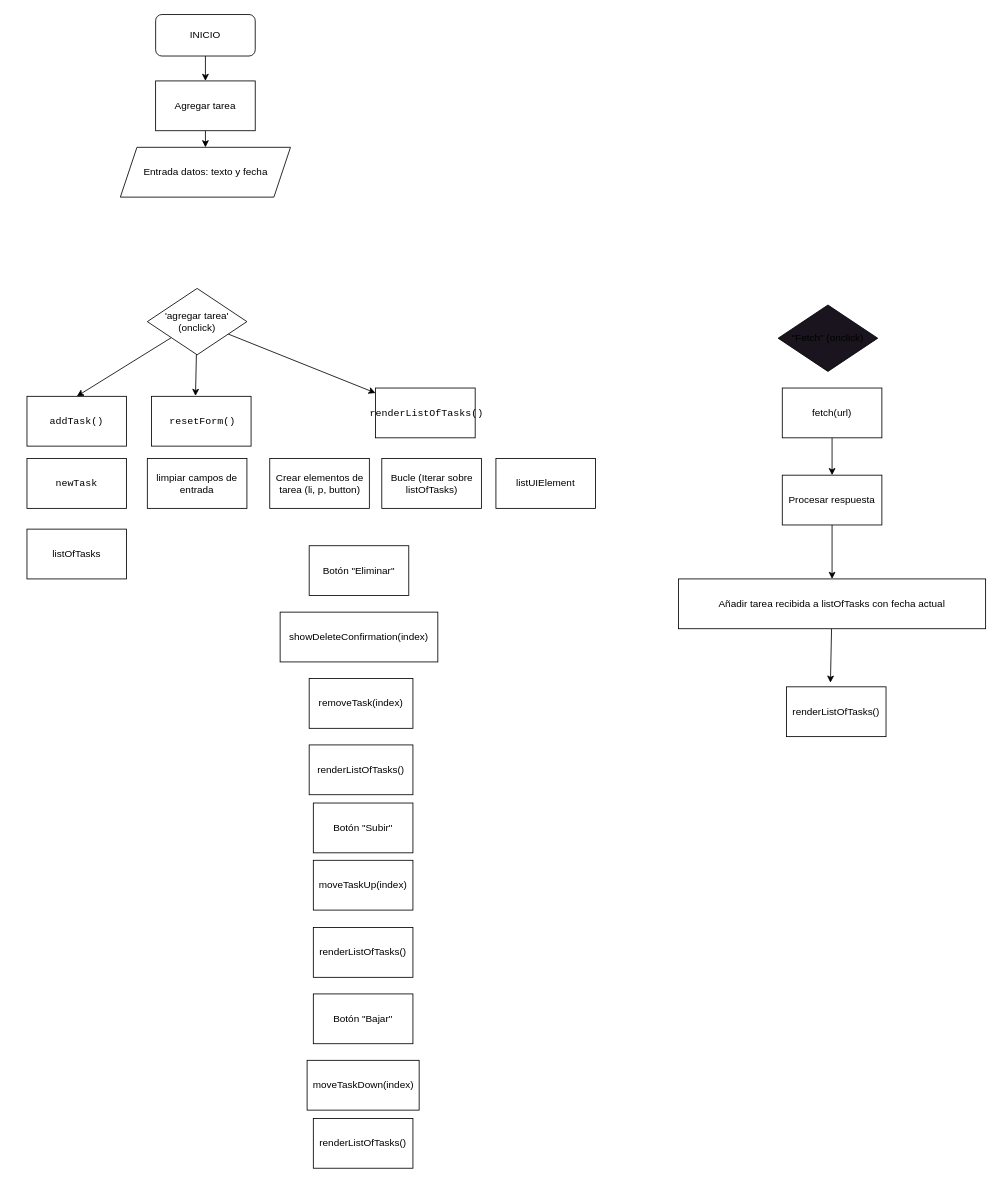
This is 4-DOM/ProyectosExtra/TO-DO-LIST/diagrama.drawio from F-N-LL/Immune-Clases, a draw.io file, before an edit. Source tidied: cells renumbered, new cells numbered last; positions are measured from the earlier drawing's top-left corner, leaving out a move shared by most shapes. Both pictures are drawn from the tidied source at 83%, with x=0, y=0 at pixel (27, 14).
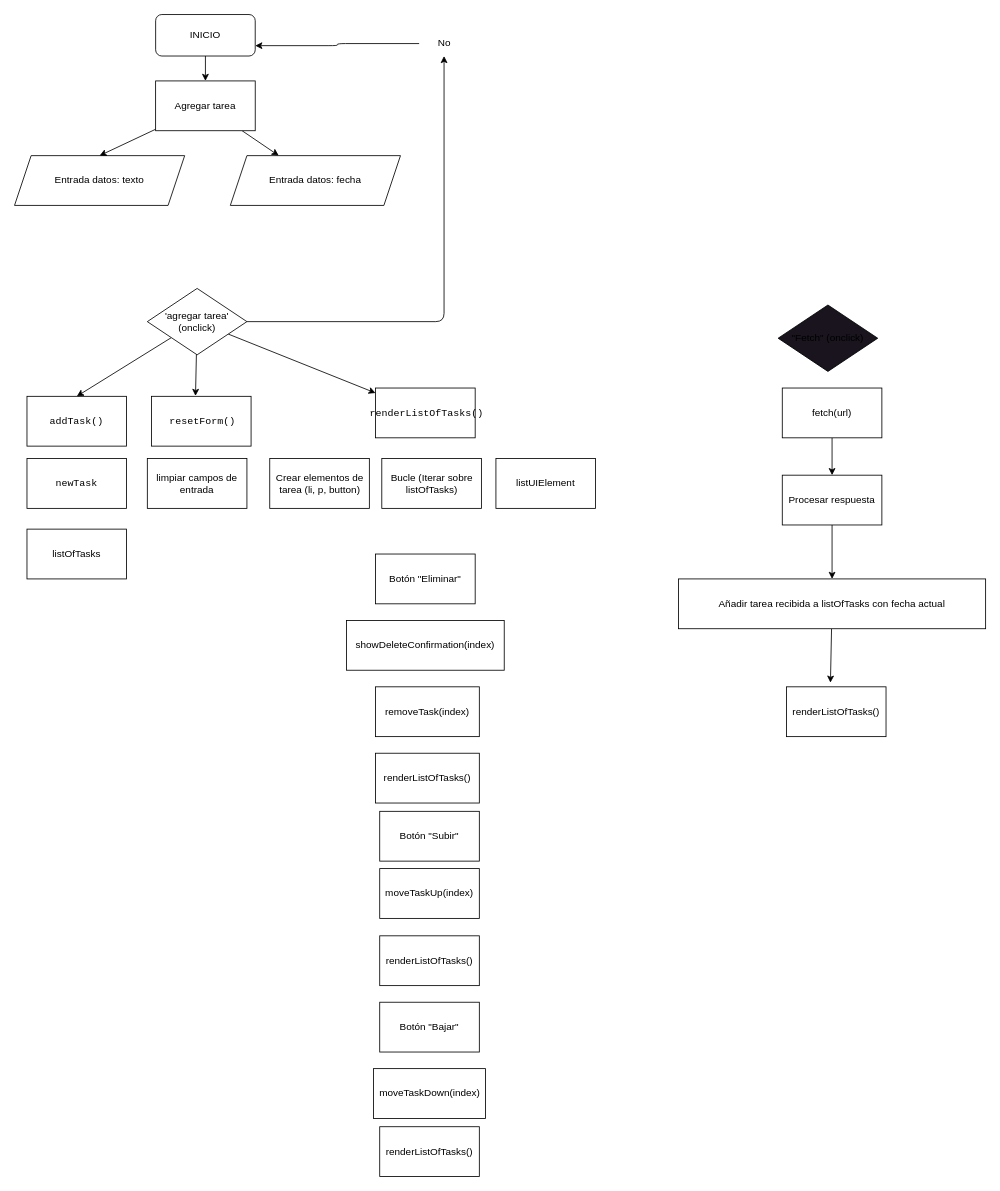
After the change.

Unchanged cells that the change refers to:
```xml
<mxCell id="3" value="INICIO" style="rounded=1;whiteSpace=wrap;html=1;" parent="1" vertex="1">
  <mxGeometry x="155" width="120" height="50" as="geometry" />
</mxCell>
<mxCell id="7" value="Agregar tarea" style="rounded=0;whiteSpace=wrap;html=1;" parent="1" vertex="1">
  <mxGeometry x="155" y="80" width="120" height="60" as="geometry" />
</mxCell>
<mxCell id="11" value="'agregar tarea' (onclick)" style="rhombus;whiteSpace=wrap;html=1;" parent="1" vertex="1">
  <mxGeometry x="145" y="330" width="120" height="80" as="geometry" />
</mxCell>
```

What changed in the source:
```diff
@@
-    <mxCell id="5" value="Entrada datos: texto y fecha" style="shape=parallelogram;perimeter=parallelogramPerimeter;whiteSpace=wrap;html=1;fixedSize=1;" parent="1" vertex="1">
-      <mxGeometry x="112.5" y="160" width="205" height="60" as="geometry" />
+    <mxCell id="5" value="Entrada datos: texto" style="shape=parallelogram;perimeter=parallelogramPerimeter;whiteSpace=wrap;html=1;fixedSize=1;" parent="1" vertex="1">
+      <mxGeometry x="-15" y="170" width="205" height="60" as="geometry" />
     </mxCell>
@@
+    <mxCell id="38" style="edgeStyle=none;html=1;" parent="1" edge="1" source="7" target="40">
+      <mxGeometry relative="1" as="geometry" />
+    </mxCell>
@@
+    <mxCell id="39" style="edgeStyle=orthogonalEdgeStyle;html=1;" parent="1" edge="1" source="11" target="42">
+      <mxGeometry relative="1" as="geometry" />
+    </mxCell>
@@
     <mxCell id="20" value="Botón &quot;Eliminar&quot;" style="rounded=0;whiteSpace=wrap;html=1;" parent="1" vertex="1">
-      <mxGeometry x="340" y="640" width="120" height="60" as="geometry" />
+      <mxGeometry x="420" y="650" width="120" height="60" as="geometry" />
     </mxCell>
     <mxCell id="21" value="showDeleteConfirmation(index)" style="rounded=0;whiteSpace=wrap;html=1;" parent="1" vertex="1">
-      <mxGeometry x="305" y="720" width="190" height="60" as="geometry" />
+      <mxGeometry x="385" y="730" width="190" height="60" as="geometry" />
     </mxCell>
     <mxCell id="22" value="removeTask(index)" style="rounded=0;whiteSpace=wrap;html=1;" parent="1" vertex="1">
-      <mxGeometry x="340" y="800" width="125" height="60" as="geometry" />
+      <mxGeometry x="420" y="810" width="125" height="60" as="geometry" />
     </mxCell>
     <mxCell id="23" value="renderListOfTasks()" style="rounded=0;whiteSpace=wrap;html=1;" parent="1" vertex="1">
-      <mxGeometry x="340" y="880" width="125" height="60" as="geometry" />
+      <mxGeometry x="420" y="890" width="125" height="60" as="geometry" />
     </mxCell>
     <mxCell id="24" value="Botón &quot;Subir&quot;" style="rounded=0;whiteSpace=wrap;html=1;" parent="1" vertex="1">
-      <mxGeometry x="345" y="950" width="120" height="60" as="geometry" />
+      <mxGeometry x="425" y="960" width="120" height="60" as="geometry" />
     </mxCell>
     <mxCell id="25" value="moveTaskUp(index)" style="rounded=0;whiteSpace=wrap;html=1;" parent="1" vertex="1">
-      <mxGeometry x="345" y="1019" width="120" height="60" as="geometry" />
+      <mxGeometry x="425" y="1029" width="120" height="60" as="geometry" />
     </mxCell>
     <mxCell id="26" value="renderListOfTasks()" style="rounded=0;whiteSpace=wrap;html=1;" parent="1" vertex="1">
-      <mxGeometry x="345" y="1100" width="120" height="60" as="geometry" />
+      <mxGeometry x="425" y="1110" width="120" height="60" as="geometry" />
     </mxCell>
     <mxCell id="27" value="Botón &quot;Bajar&quot;" style="rounded=0;whiteSpace=wrap;html=1;" parent="1" vertex="1">
-      <mxGeometry x="345" y="1180" width="120" height="60" as="geometry" />
+      <mxGeometry x="425" y="1190" width="120" height="60" as="geometry" />
     </mxCell>
     <mxCell id="28" value="moveTaskDown(index)" style="rounded=0;whiteSpace=wrap;html=1;" parent="1" vertex="1">
-      <mxGeometry x="337.5" y="1260" width="135" height="60" as="geometry" />
+      <mxGeometry x="417.5" y="1270" width="135" height="60" as="geometry" />
     </mxCell>
     <mxCell id="29" value="renderListOfTasks()" style="rounded=0;whiteSpace=wrap;html=1;" parent="1" vertex="1">
-      <mxGeometry x="345" y="1330" width="120" height="60" as="geometry" />
+      <mxGeometry x="425" y="1340" width="120" height="60" as="geometry" />
     </mxCell>
@@
+    <mxCell id="40" value="Entrada datos: fecha" style="shape=parallelogram;perimeter=parallelogramPerimeter;whiteSpace=wrap;html=1;fixedSize=1;" parent="1" vertex="1">
+      <mxGeometry x="245" y="170" width="205" height="60" as="geometry" />
+    </mxCell>
+    <mxCell id="41" style="edgeStyle=orthogonalEdgeStyle;html=1;entryX=1;entryY=0.75;entryDx=0;entryDy=0;" parent="1" edge="1" source="42" target="3">
+      <mxGeometry relative="1" as="geometry" />
+    </mxCell>
+    <mxCell id="42" value="No" style="text;html=1;strokeColor=none;fillColor=none;align=center;verticalAlign=middle;whiteSpace=wrap;rounded=0;" parent="1" vertex="1">
+      <mxGeometry x="472.5" y="20" width="60" height="30" as="geometry" />
+    </mxCell>
```
